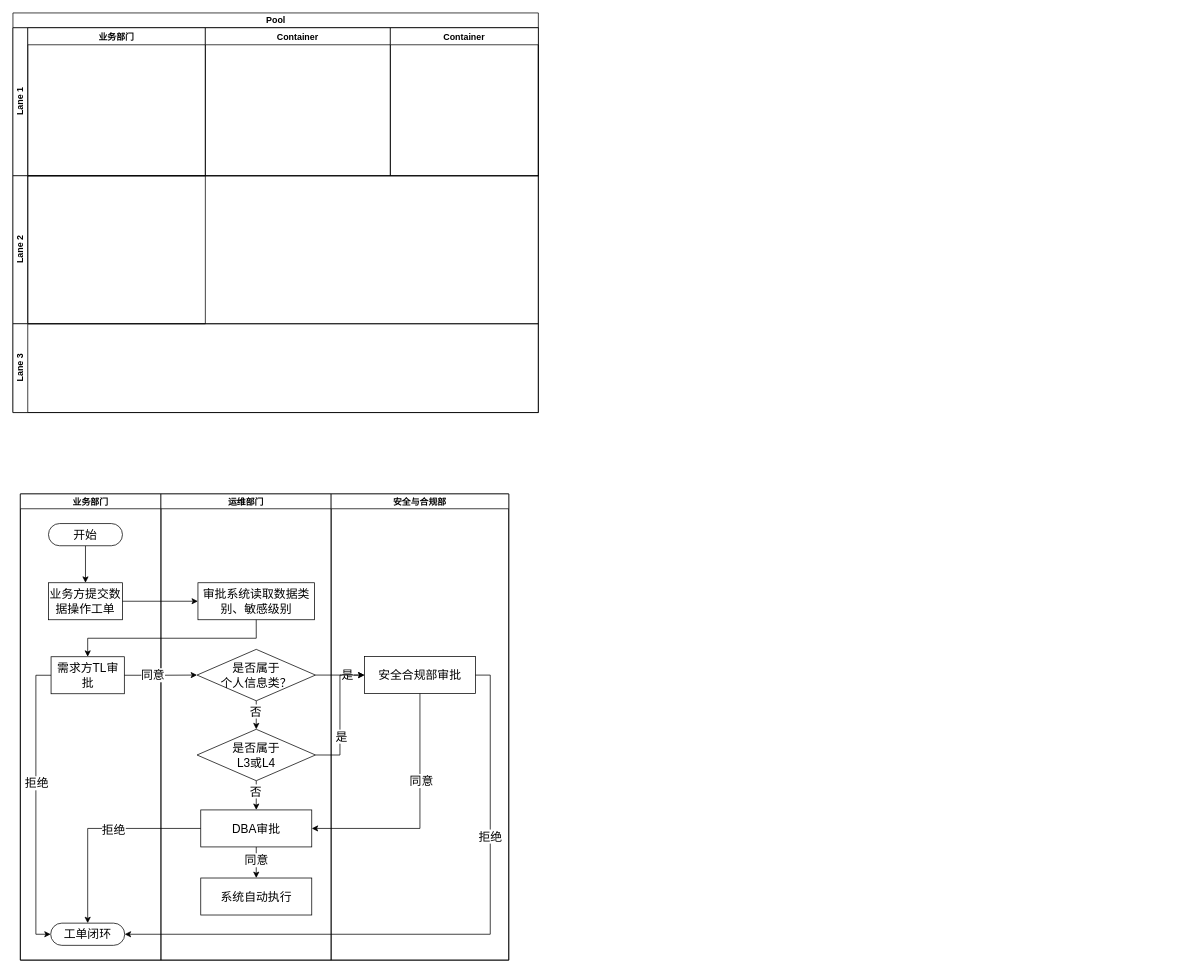
The draw.io diagram 数据分级保护各场景流程图.drawio in hongweilv-whu/flowCharts, before the edit. Source tidied: cells renumbered, new cells numbered last; positions are measured from the earlier drawing's top-left corner, leaving out a move shared by most shapes. Both pictures are drawn from the tidied source at 74%, with x=0, y=0 at pixel (13, 13).
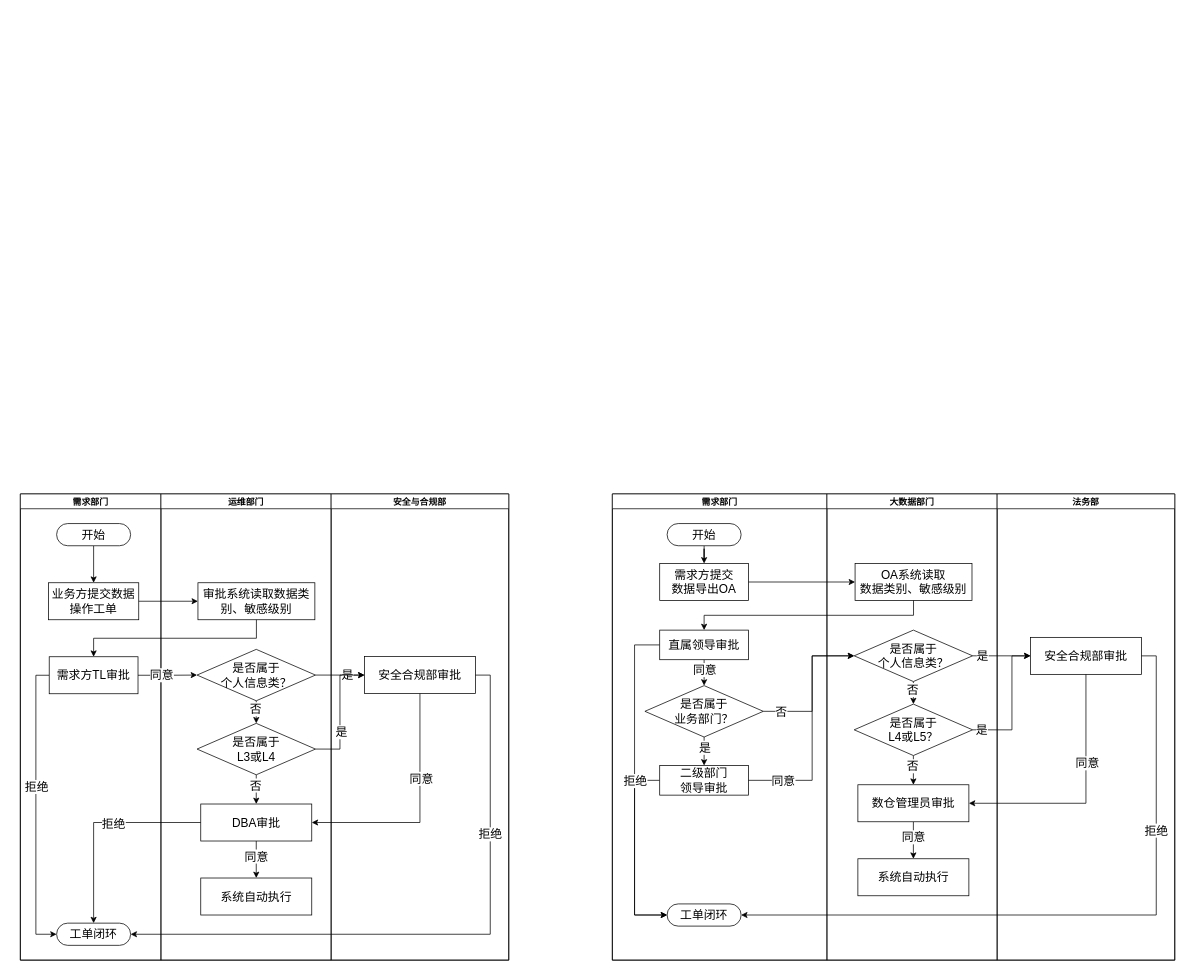
After the change.

Commit message (it also covers changes not shown here):
更新数据分级保护各场景流程图.drawio

Unchanged cells that the change refers to:
```xml
<mxCell id="10" style="swimlane;startSize=0;horizontal=0;" parent="1" vertex="1">
  <mxGeometry x="10" y="650" width="660" height="630" as="geometry" />
</mxCell>
<mxCell id="19" value="运维部门" style="swimlane;startSize=20;" parent="10" vertex="1">
  <mxGeometry x="190" width="230" height="630" as="geometry" />
</mxCell>
```

What changed in the source:
```diff
@@
-    <mxCell id="2" value="Pool" style="swimlane;horizontal=1;startSize=20;html=1;" parent="1" vertex="1">
-      <mxGeometry width="710" height="540" as="geometry" />
-    </mxCell>
-    <mxCell id="3" value="Lane 1" style="swimlane;startSize=20;horizontal=0;html=1;" parent="2" vertex="1">
-      <mxGeometry y="20" width="710" height="200" as="geometry" />
-    </mxCell>
-    <mxCell id="4" value="业务部门" style="swimlane;" parent="3" vertex="1">
-      <mxGeometry x="20" width="240" height="200" as="geometry" />
-    </mxCell>
-    <mxCell id="5" value="Container" style="swimlane;" parent="3" vertex="1">
-      <mxGeometry x="260" width="250" height="200" as="geometry" />
-    </mxCell>
-    <mxCell id="6" value="Container" style="swimlane;" parent="3" vertex="1">
-      <mxGeometry x="510" width="200" height="200" as="geometry" />
-    </mxCell>
-    <mxCell id="7" value="Lane 2" style="swimlane;startSize=20;horizontal=0;html=1;" parent="2" vertex="1">
-      <mxGeometry y="220" width="710" height="200" as="geometry" />
-    </mxCell>
-    <mxCell id="8" style="swimlane;startSize=0;" parent="7" vertex="1">
-      <mxGeometry x="20" width="240" height="200" as="geometry" />
-    </mxCell>
-    <mxCell id="9" value="Lane 3" style="swimlane;startSize=20;horizontal=0;html=1;" parent="2" vertex="1">
-      <mxGeometry y="420" width="710" height="120" as="geometry" />
-    </mxCell>
@@
-    <mxCell id="11" value="业务部门" style="swimlane;startSize=20;" parent="10" vertex="1">
+    <mxCell id="11" value="需求部门" style="swimlane;startSize=20;" parent="10" vertex="1">
       <mxGeometry width="190" height="630" as="geometry" />
     </mxCell>
     <mxCell id="12" value="&lt;font style=&quot;font-size: 16px;&quot;&gt;业务方提交数据操作工单&lt;/font&gt;" style="rounded=0;whiteSpace=wrap;html=1;" parent="11" vertex="1">
-      <mxGeometry x="38" y="120" width="100" height="50" as="geometry" />
+      <mxGeometry x="38" y="120" width="122" height="50" as="geometry" />
     </mxCell>
@@
     <mxCell id="14" value="开始" style="rounded=1;whiteSpace=wrap;html=1;fontSize=16;arcSize=50;" parent="11" vertex="1">
-      <mxGeometry x="38" y="40" width="100" height="30" as="geometry" />
+      <mxGeometry x="49" y="40" width="100" height="30" as="geometry" />
     </mxCell>
@@
     <mxCell id="17" value="&lt;font style=&quot;font-size: 16px;&quot;&gt;需求方TL审批&lt;/font&gt;" style="rounded=0;whiteSpace=wrap;html=1;" parent="11" vertex="1">
-      <mxGeometry x="41.5" y="220" width="99" height="50" as="geometry" />
+      <mxGeometry x="39" y="220" width="120" height="50" as="geometry" />
     </mxCell>
     <mxCell id="18" value="工单闭环" style="rounded=1;whiteSpace=wrap;html=1;fontSize=16;arcSize=50;" parent="11" vertex="1">
-      <mxGeometry x="41" y="580" width="100" height="30" as="geometry" />
+      <mxGeometry x="49" y="580" width="100" height="30" as="geometry" />
     </mxCell>
@@
     <mxCell id="20" value="&lt;font style=&quot;font-size: 16px;&quot;&gt;审批系统读取数据类别、敏感级别&lt;/font&gt;" style="rounded=0;whiteSpace=wrap;html=1;" parent="19" vertex="1">
-      <mxGeometry x="50" y="120" width="157.5" height="50" as="geometry" />
+      <mxGeometry x="50" y="120" width="158" height="50" as="geometry" />
     </mxCell>
@@
     <mxCell id="26" value="是否属于&lt;br&gt;L3或L4" style="rhombus;whiteSpace=wrap;html=1;rounded=0;fontSize=16;" parent="19" vertex="1">
-      <mxGeometry x="48.8" y="318" width="160" height="69.5" as="geometry" />
+      <mxGeometry x="48.8" y="310" width="160" height="69.5" as="geometry" />
     </mxCell>
@@
     <mxCell id="29" value="&lt;span style=&quot;font-size: 16px;&quot;&gt;DBA审批&lt;/span&gt;" style="rounded=0;whiteSpace=wrap;html=1;" parent="19" vertex="1">
-      <mxGeometry x="53.8" y="427" width="150" height="50" as="geometry" />
+      <mxGeometry x="53.8" y="419" width="150" height="50" as="geometry" />
     </mxCell>
@@
+    <mxCell id="47" style="swimlane;startSize=0;horizontal=0;" parent="1" vertex="1">
+      <mxGeometry x="810" y="650" width="760" height="630" as="geometry" />
+    </mxCell>
+    <mxCell id="48" value="需求部门" style="swimlane;startSize=20;" parent="47" vertex="1">
+      <mxGeometry width="290" height="630" as="geometry" />
+    </mxCell>
+    <mxCell id="49" value="&lt;font style=&quot;font-size: 16px;&quot;&gt;需求方提交&lt;br&gt;数据导出OA&lt;/font&gt;" style="rounded=0;whiteSpace=wrap;html=1;" parent="48" vertex="1">
+      <mxGeometry x="64" y="94" width="120" height="50" as="geometry" />
+    </mxCell>
+    <mxCell id="50" style="edgeStyle=orthogonalEdgeStyle;rounded=0;jettySize=auto;html=1;exitX=0.5;exitY=1;exitDx=0;exitDy=0;fontSize=16;" parent="48" edge="1" source="51" target="49">
+      <mxGeometry relative="1" as="geometry" />
+    </mxCell>
+    <mxCell id="51" value="开始" style="rounded=1;whiteSpace=wrap;html=1;fontSize=16;arcSize=50;" parent="48" vertex="1">
+      <mxGeometry x="74" y="40" width="100" height="30" as="geometry" />
+    </mxCell>
+    <mxCell id="52" value="工单闭环" style="rounded=1;whiteSpace=wrap;html=1;fontSize=16;arcSize=50;" parent="48" vertex="1">
+      <mxGeometry x="74" y="554" width="100" height="30" as="geometry" />
+    </mxCell>
+    <mxCell id="53" style="edgeStyle=orthogonalEdgeStyle;rounded=0;jettySize=auto;html=1;exitX=0.5;exitY=1;exitDx=0;exitDy=0;entryX=0.5;entryY=0;entryDx=0;entryDy=0;fontSize=16;" parent="48" edge="1" source="55" target="57">
+      <mxGeometry relative="1" as="geometry" />
+    </mxCell>
+    <mxCell id="54" value="是" style="edgeLabel;html=1;align=center;verticalAlign=middle;fontSize=16;" parent="53" vertex="1">
+      <mxGeometry x="-0.29" relative="1" as="geometry" />
+    </mxCell>
+    <mxCell id="55" value="是否属于&lt;br&gt;业务部门？" style="rhombus;whiteSpace=wrap;html=1;rounded=0;fontSize=16;" parent="48" vertex="1">
+      <mxGeometry x="44" y="259" width="160" height="69.5" as="geometry" />
+    </mxCell>
+    <mxCell id="56" style="edgeStyle=orthogonalEdgeStyle;rounded=0;jettySize=auto;html=1;exitX=0;exitY=0.5;exitDx=0;exitDy=0;entryX=0;entryY=0.5;entryDx=0;entryDy=0;fontSize=16;" parent="48" edge="1" source="57" target="52">
+      <mxGeometry relative="1" as="geometry">
+        <Array as="points">
+          <mxPoint x="30" y="387" />
+          <mxPoint x="30" y="569" />
+        </Array>
+      </mxGeometry>
+    </mxCell>
+    <mxCell id="57" value="&lt;font style=&quot;font-size: 16px;&quot;&gt;二级部门&lt;br&gt;领导审批&lt;/font&gt;" style="rounded=0;whiteSpace=wrap;html=1;" parent="48" vertex="1">
+      <mxGeometry x="64" y="367" width="120" height="40" as="geometry" />
+    </mxCell>
+    <mxCell id="58" style="edgeStyle=orthogonalEdgeStyle;rounded=0;jettySize=auto;html=1;exitX=0.5;exitY=1;exitDx=0;exitDy=0;entryX=0.5;entryY=0;entryDx=0;entryDy=0;fontSize=16;" parent="48" edge="1" source="62" target="55">
+      <mxGeometry relative="1" as="geometry" />
+    </mxCell>
+    <mxCell id="59" value="同意" style="edgeLabel;html=1;align=center;verticalAlign=middle;fontSize=16;" parent="58" vertex="1">
+      <mxGeometry x="-0.27" relative="1" as="geometry" />
+    </mxCell>
+    <mxCell id="60" style="edgeStyle=orthogonalEdgeStyle;rounded=0;jettySize=auto;html=1;exitX=0;exitY=0.5;exitDx=0;exitDy=0;entryX=0;entryY=0.5;entryDx=0;entryDy=0;fontSize=16;" parent="48" edge="1" source="62" target="52">
+      <mxGeometry relative="1" as="geometry">
+        <Array as="points">
+          <mxPoint x="30" y="204" />
+          <mxPoint x="30" y="569" />
+        </Array>
+      </mxGeometry>
+    </mxCell>
+    <mxCell id="61" value="拒绝" style="edgeLabel;html=1;align=center;verticalAlign=middle;fontSize=16;" parent="60" vertex="1">
+      <mxGeometry x="0.16" relative="1" as="geometry">
+        <mxPoint y="-40" as="offset" />
+      </mxGeometry>
+    </mxCell>
+    <mxCell id="62" value="&lt;font style=&quot;font-size: 16px;&quot;&gt;直属领导审批&lt;/font&gt;" style="rounded=0;whiteSpace=wrap;html=1;" parent="48" vertex="1">
+      <mxGeometry x="64" y="184" width="120" height="40" as="geometry" />
+    </mxCell>
+    <mxCell id="63" value="大数据部门" style="swimlane;startSize=20;" parent="47" vertex="1">
+      <mxGeometry x="290" width="230" height="630" as="geometry" />
+    </mxCell>
+    <mxCell id="64" value="&lt;font style=&quot;font-size: 16px;&quot;&gt;OA系统读取&lt;br&gt;数据类别、敏感级别&lt;/font&gt;" style="rounded=0;whiteSpace=wrap;html=1;" parent="63" vertex="1">
+      <mxGeometry x="38" y="94" width="158" height="50" as="geometry" />
+    </mxCell>
+    <mxCell id="65" style="edgeStyle=orthogonalEdgeStyle;rounded=0;jettySize=auto;html=1;exitX=0.5;exitY=1;exitDx=0;exitDy=0;entryX=0.5;entryY=0;entryDx=0;entryDy=0;fontSize=16;" parent="63" edge="1" source="67" target="70">
+      <mxGeometry relative="1" as="geometry" />
+    </mxCell>
+    <mxCell id="66" value="否" style="edgeLabel;html=1;align=center;verticalAlign=middle;fontSize=16;" parent="65" vertex="1">
+      <mxGeometry x="-0.26" y="-1" relative="1" as="geometry" />
+    </mxCell>
+    <mxCell id="67" value="是否属于&lt;br&gt;个人信息类？" style="rhombus;whiteSpace=wrap;html=1;rounded=0;fontSize=16;" parent="63" vertex="1">
+      <mxGeometry x="36.8" y="184" width="160" height="69.5" as="geometry" />
+    </mxCell>
+    <mxCell id="68" style="edgeStyle=orthogonalEdgeStyle;rounded=0;jettySize=auto;html=1;exitX=0.5;exitY=1;exitDx=0;exitDy=0;fontSize=16;" parent="63" edge="1" source="70" target="73">
+      <mxGeometry relative="1" as="geometry" />
+    </mxCell>
+    <mxCell id="69" value="否" style="edgeLabel;html=1;align=center;verticalAlign=middle;fontSize=16;" parent="68" vertex="1">
+      <mxGeometry x="-0.29" y="-1" relative="1" as="geometry" />
+    </mxCell>
+    <mxCell id="70" value="是否属于&lt;br&gt;L4或L5？" style="rhombus;whiteSpace=wrap;html=1;rounded=0;fontSize=16;" parent="63" vertex="1">
+      <mxGeometry x="36.8" y="284" width="160" height="69.5" as="geometry" />
+    </mxCell>
+    <mxCell id="71" style="edgeStyle=orthogonalEdgeStyle;rounded=0;jettySize=auto;html=1;exitX=0.5;exitY=1;exitDx=0;exitDy=0;entryX=0.5;entryY=0;entryDx=0;entryDy=0;fontSize=16;" parent="63" edge="1" source="73" target="74">
+      <mxGeometry relative="1" as="geometry" />
+    </mxCell>
+    <mxCell id="72" value="同意" style="edgeLabel;html=1;align=center;verticalAlign=middle;fontSize=16;" parent="71" vertex="1">
+      <mxGeometry x="-0.21" relative="1" as="geometry" />
+    </mxCell>
+    <mxCell id="73" value="&lt;span style=&quot;font-size: 16px;&quot;&gt;数仓管理员审批&lt;/span&gt;" style="rounded=0;whiteSpace=wrap;html=1;" parent="63" vertex="1">
+      <mxGeometry x="41.8" y="393" width="150" height="50" as="geometry" />
+    </mxCell>
+    <mxCell id="74" value="&lt;span style=&quot;font-size: 16px;&quot;&gt;系统自动执行&lt;/span&gt;" style="rounded=0;whiteSpace=wrap;html=1;" parent="63" vertex="1">
+      <mxGeometry x="41.8" y="493" width="150" height="50" as="geometry" />
+    </mxCell>
+    <mxCell id="75" value="法务部" style="swimlane;startSize=20;" parent="47" vertex="1">
+      <mxGeometry x="520" width="240" height="630" as="geometry" />
+    </mxCell>
+    <mxCell id="76" value="&lt;span style=&quot;font-size: 16px;&quot;&gt;安全合规部审批&lt;/span&gt;" style="rounded=0;whiteSpace=wrap;html=1;" parent="75" vertex="1">
+      <mxGeometry x="45" y="193.8" width="150" height="50" as="geometry" />
+    </mxCell>
+    <mxCell id="77" style="edgeStyle=orthogonalEdgeStyle;rounded=0;jettySize=auto;html=1;exitX=1;exitY=0.5;exitDx=0;exitDy=0;entryX=0;entryY=0.5;entryDx=0;entryDy=0;fontSize=16;" parent="47" edge="1" source="49" target="64">
+      <mxGeometry relative="1" as="geometry" />
+    </mxCell>
+    <mxCell id="78" style="edgeStyle=orthogonalEdgeStyle;rounded=0;jettySize=auto;html=1;exitX=1;exitY=0.5;exitDx=0;exitDy=0;entryX=0;entryY=0.5;entryDx=0;entryDy=0;fontSize=16;" parent="47" edge="1" source="67" target="76">
+      <mxGeometry relative="1" as="geometry" />
+    </mxCell>
+    <mxCell id="79" value="是" style="edgeLabel;html=1;align=center;verticalAlign=middle;fontSize=16;" parent="78" vertex="1">
+      <mxGeometry x="0.31" relative="1" as="geometry">
+        <mxPoint x="-38" as="offset" />
+      </mxGeometry>
+    </mxCell>
+    <mxCell id="80" style="edgeStyle=orthogonalEdgeStyle;rounded=0;jettySize=auto;html=1;exitX=1;exitY=0.5;exitDx=0;exitDy=0;entryX=1;entryY=0.5;entryDx=0;entryDy=0;fontSize=16;" parent="47" edge="1" source="76" target="52">
+      <mxGeometry relative="1" as="geometry" />
+    </mxCell>
+    <mxCell id="81" value="拒绝" style="edgeLabel;html=1;align=center;verticalAlign=middle;fontSize=16;" parent="80" vertex="1">
+      <mxGeometry x="-0.45" y="-1" relative="1" as="geometry" />
+    </mxCell>
+    <mxCell id="82" style="edgeStyle=orthogonalEdgeStyle;rounded=0;jettySize=auto;html=1;exitX=1;exitY=0.5;exitDx=0;exitDy=0;entryX=0;entryY=0.5;entryDx=0;entryDy=0;fontSize=16;" parent="47" edge="1" source="70" target="76">
+      <mxGeometry relative="1" as="geometry">
+        <Array as="points">
+          <mxPoint x="540" y="319" />
+          <mxPoint x="540" y="219" />
+        </Array>
+      </mxGeometry>
+    </mxCell>
+    <mxCell id="83" value="是" style="edgeLabel;html=1;align=center;verticalAlign=middle;fontSize=16;" parent="82" vertex="1">
+      <mxGeometry x="-0.87" relative="1" as="geometry" />
+    </mxCell>
+    <mxCell id="84" style="edgeStyle=orthogonalEdgeStyle;rounded=0;jettySize=auto;html=1;exitX=0.5;exitY=1;exitDx=0;exitDy=0;entryX=1;entryY=0.5;entryDx=0;entryDy=0;fontSize=16;" parent="47" edge="1" source="76" target="73">
+      <mxGeometry relative="1" as="geometry" />
+    </mxCell>
+    <mxCell id="85" value="同意" style="edgeLabel;html=1;align=center;verticalAlign=middle;fontSize=16;" parent="84" vertex="1">
+      <mxGeometry x="-0.28" y="1" relative="1" as="geometry" />
+    </mxCell>
+    <mxCell id="86" style="edgeStyle=orthogonalEdgeStyle;rounded=0;jettySize=auto;html=1;exitX=0.5;exitY=1;exitDx=0;exitDy=0;entryX=0.5;entryY=0;entryDx=0;entryDy=0;fontSize=16;" parent="47" edge="1" source="64" target="62">
+      <mxGeometry relative="1" as="geometry" />
+    </mxCell>
+    <mxCell id="87" style="edgeStyle=orthogonalEdgeStyle;rounded=0;jettySize=auto;html=1;exitX=1;exitY=0.5;exitDx=0;exitDy=0;entryX=0;entryY=0.5;entryDx=0;entryDy=0;fontSize=16;" parent="47" edge="1" source="55" target="67">
+      <mxGeometry relative="1" as="geometry">
+        <Array as="points">
+          <mxPoint x="270" y="294" />
+          <mxPoint x="270" y="219" />
+        </Array>
+      </mxGeometry>
+    </mxCell>
+    <mxCell id="88" value="否" style="edgeLabel;html=1;align=center;verticalAlign=middle;fontSize=16;" parent="87" vertex="1">
+      <mxGeometry x="-0.76" relative="1" as="geometry" />
+    </mxCell>
+    <mxCell id="89" style="edgeStyle=orthogonalEdgeStyle;rounded=0;jettySize=auto;html=1;exitX=1;exitY=0.5;exitDx=0;exitDy=0;entryX=0;entryY=0.5;entryDx=0;entryDy=0;fontSize=16;" parent="47" edge="1" source="57" target="67">
+      <mxGeometry relative="1" as="geometry">
+        <Array as="points">
+          <mxPoint x="270" y="387" />
+          <mxPoint x="270" y="219" />
+        </Array>
+      </mxGeometry>
+    </mxCell>
+    <mxCell id="90" value="同意" style="edgeLabel;html=1;align=center;verticalAlign=middle;fontSize=16;" parent="89" vertex="1">
+      <mxGeometry x="-0.81" y="1" relative="1" as="geometry">
+        <mxPoint x="16" y="1" as="offset" />
+      </mxGeometry>
+    </mxCell>
```
